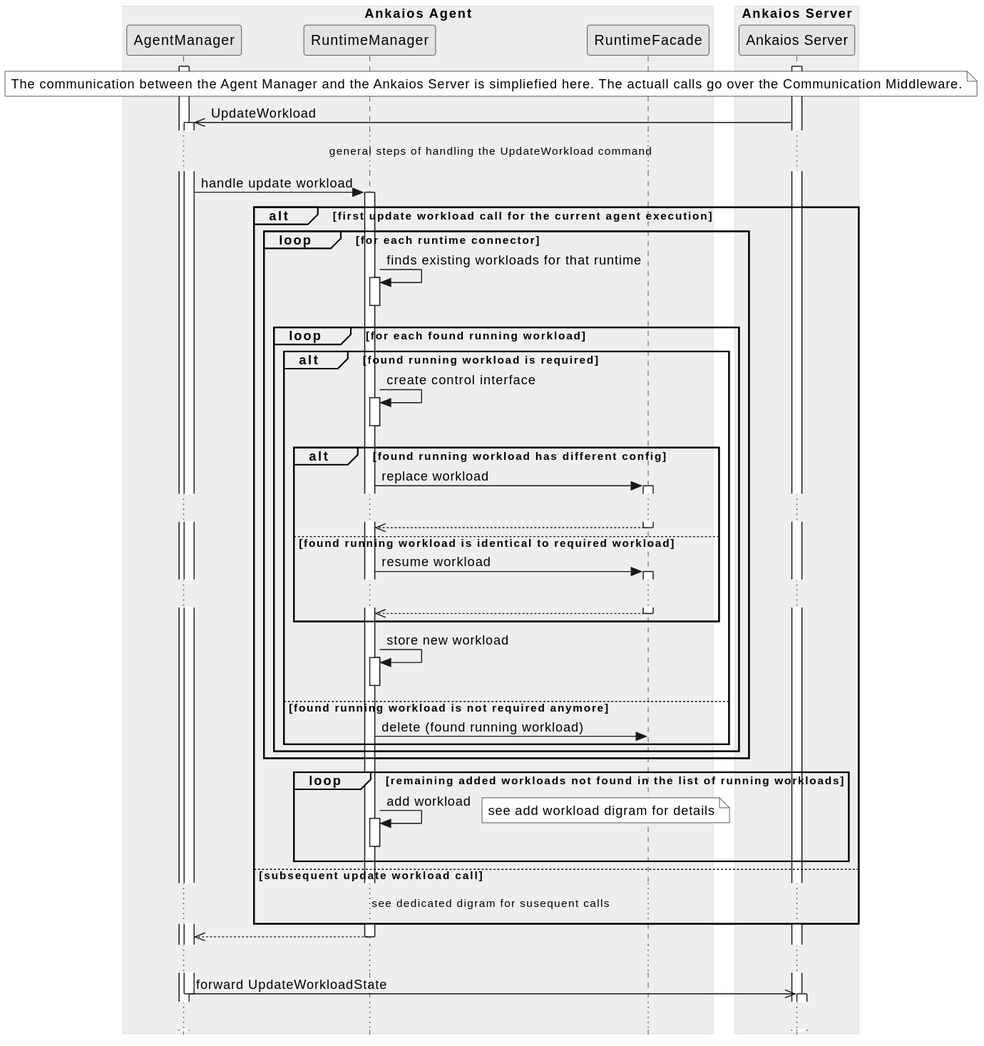
Before: agent/doc/swdesign/plantuml/seq_update_workload_initial.svg, a diagram exported from PlantUML (eclipse-ankaios/ankaios).
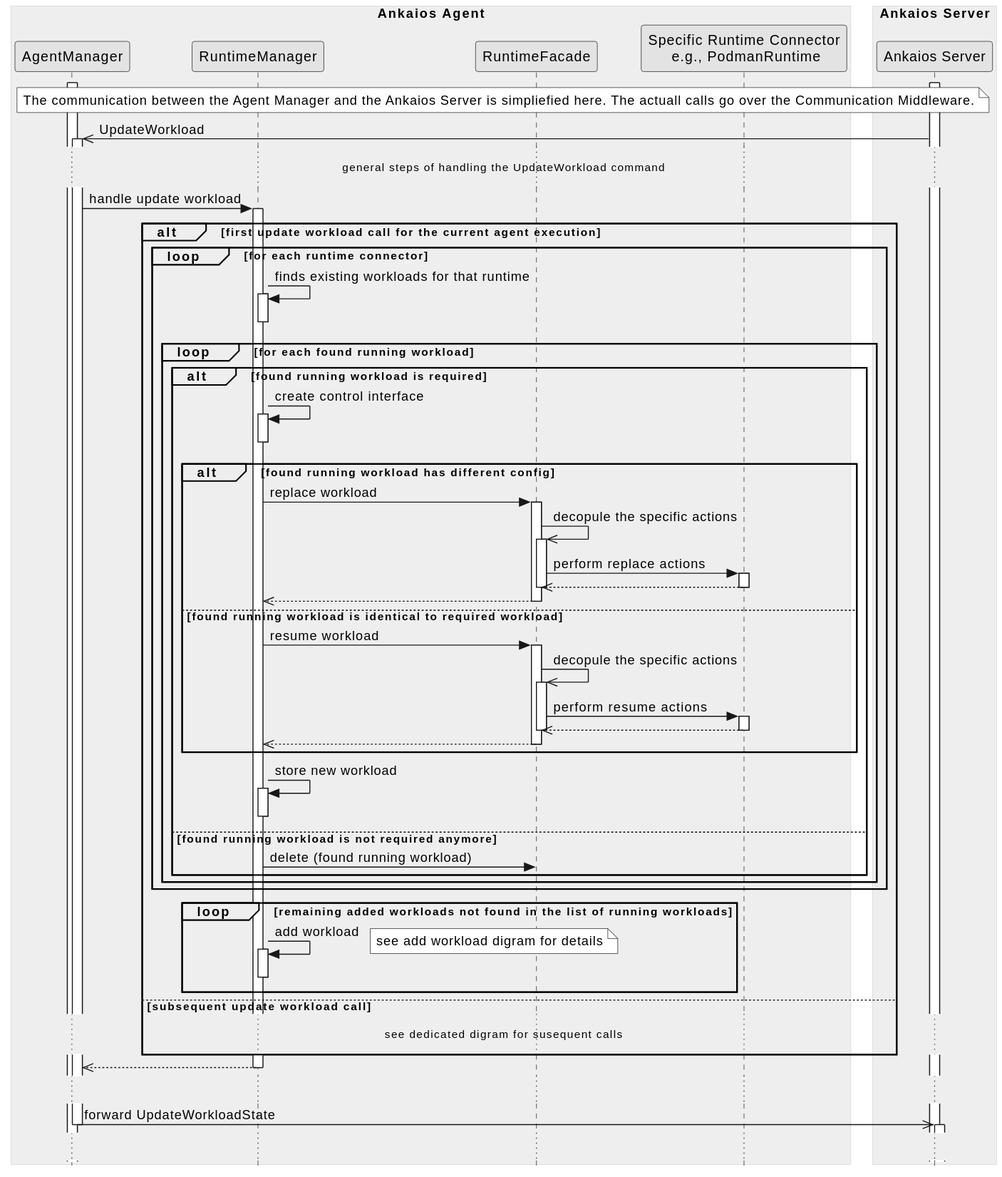
Later version of the same file.

The edit, as a diff of the source:
```diff
@@ -6,6 +6,8 @@
 
     participant "RuntimeManager" as runtime_manager
     participant "RuntimeFacade" as wl_facade
+
+    participant "Specific Runtime Connector\n e.g., PodmanRuntime" as runtime
 
 end box
 
@@ -37,11 +39,17 @@
 
             alt found running workload has different config
                 runtime_manager -> wl_facade++: replace workload
-                ...
+                wl_facade ->> wl_facade ++: decopule the specific actions
+                wl_facade -> runtime++: perform replace actions
+                runtime -->> wl_facade--
+                deactivate wl_facade
                 wl_facade -->> runtime_manager--
             else found running workload is identical to required workload
                 runtime_manager -> wl_facade++: resume workload
-                ...
+                wl_facade ->> wl_facade ++: decopule the specific actions
+                wl_facade -> runtime++: perform resume actions
+                runtime -->> wl_facade--
+                deactivate wl_facade
                 wl_facade -->> runtime_manager--
             end
 
```
